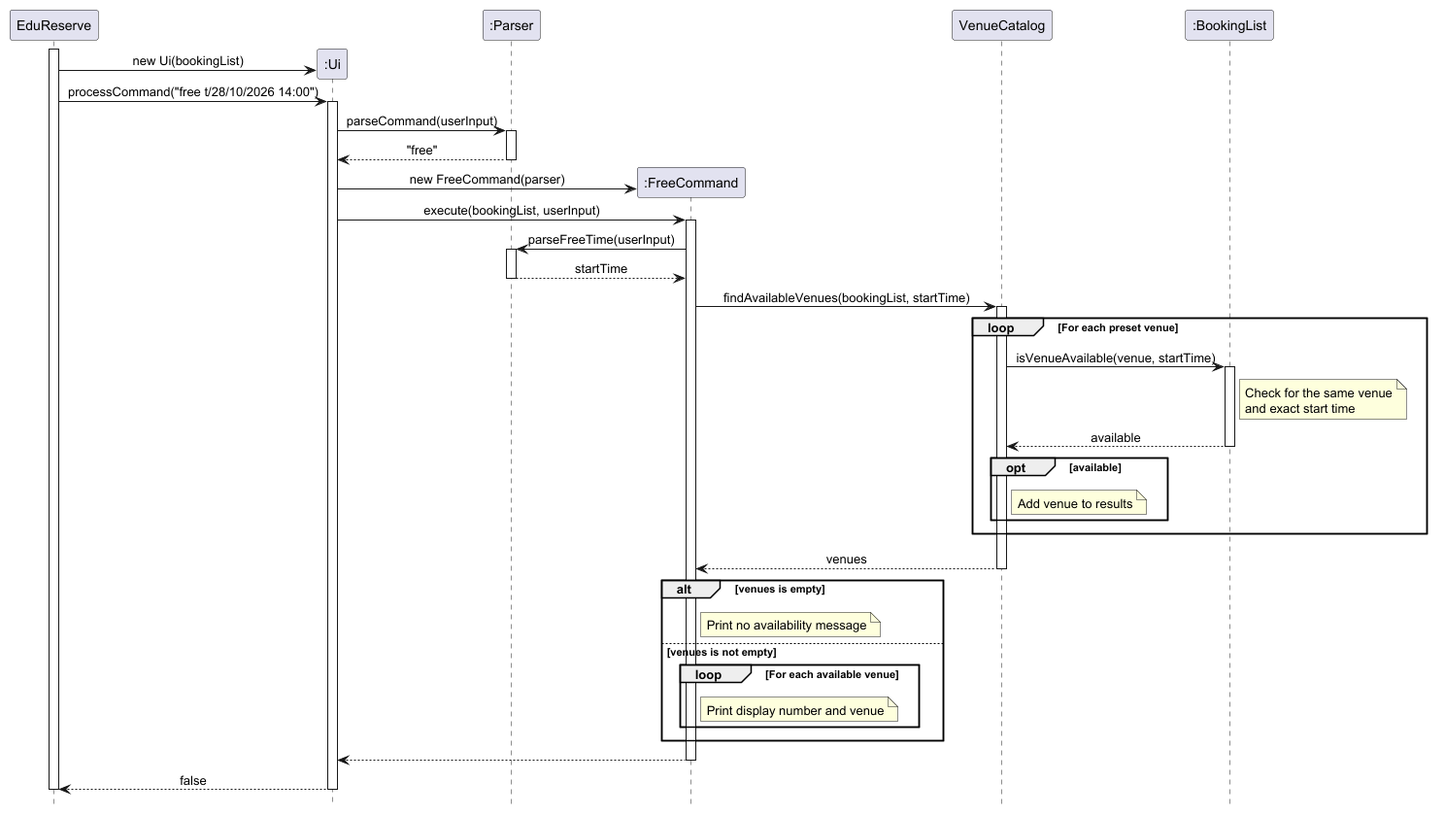
AY2627S1-CS2113-W14-2/tp keeps this PlantUML diagram as docs/UMLDiagrams/FreeCommandSequenceDiagram.png. Above is the earlier version.
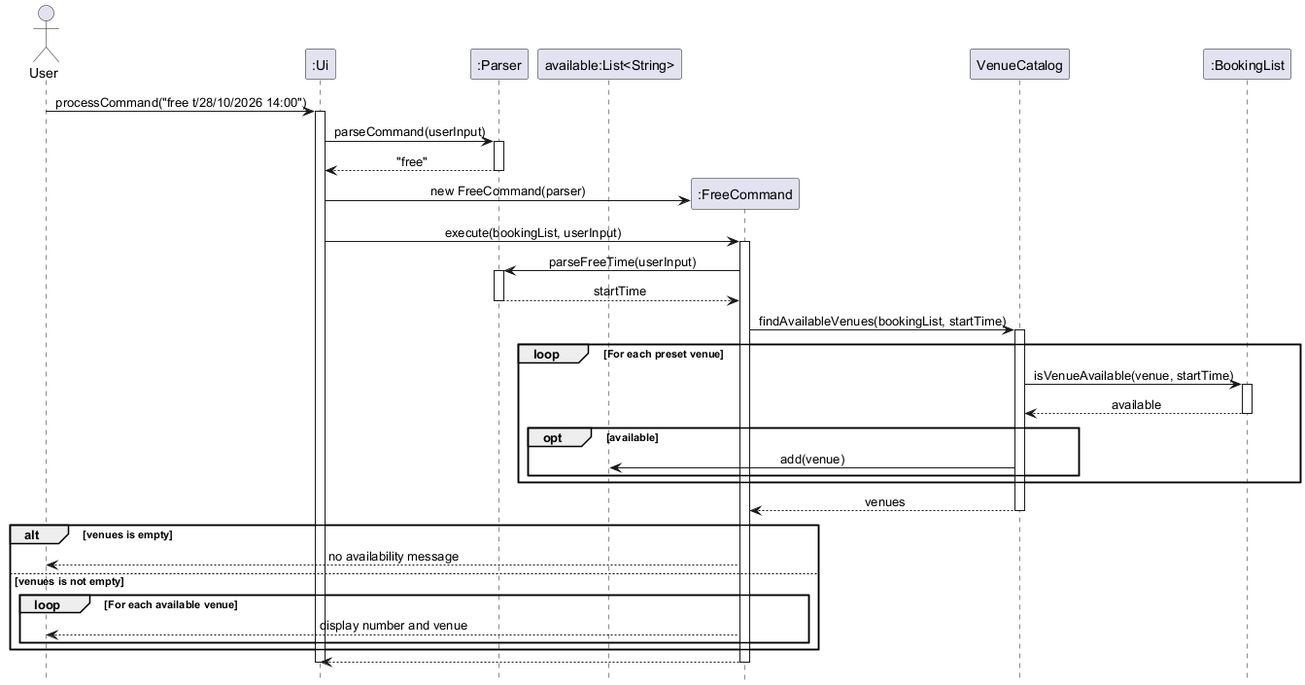
Later version of the same file.

What changed in the source:
```diff
@@ -2,15 +2,14 @@
 skinparam sequenceMessageAlign center
 hide footbox
 
-participant "EduReserve" as App
+actor User
 
-activate App
-create participant ":Ui" as UI
-App -> UI: new Ui(bookingList)
+participant ":Ui" as UI
 
 participant ":Parser" as Parser
+participant "available:List<String>" as Available
 
-App -> UI: processCommand("free t/28/10/2026 14:00")
+User -> UI: processCommand("free t/28/10/2026 14:00")
 activate UI
 
 UI -> Parser: parseCommand(userInput)
@@ -39,18 +38,11 @@
     Catalog -> Bookings: isVenueAvailable(venue, startTime)
     activate Bookings
 
-    note right of Bookings
-        Check for the same venue
-        and exact start time
-    end note
-
     Bookings --> Catalog: available
     deactivate Bookings
 
     opt available
-        note right of Catalog
-            Add venue to results
-        end note
+        Catalog -> Available: add(venue)
     end
 end
 
@@ -58,21 +50,15 @@
 deactivate Catalog
 
 alt venues is empty
-    note right of Free
-        Print no availability message
-    end note
+    Free --> User: no availability message
 else venues is not empty
     loop For each available venue
-        note right of Free
-            Print display number and venue
-        end note
+        Free --> User: display number and venue
     end
 end
 
 Free --> UI
 deactivate Free
 
-UI --> App: false
 deactivate UI
-deactivate App
 @enduml
```
